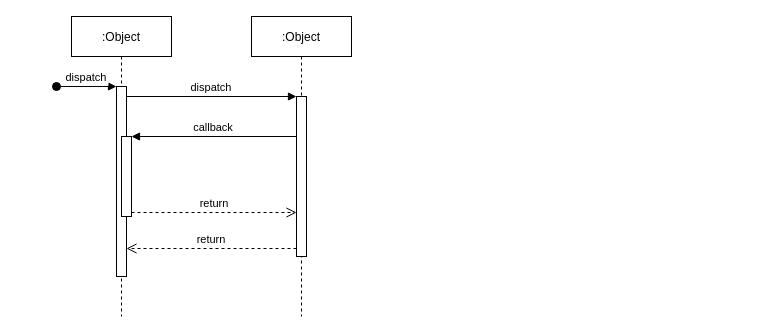
Above: diagrams/Untitled Diagram.drawio in silan-liu/drawio (draw.io), before the change. Source tidied: cells renumbered, new cells numbered last; positions are measured from the earlier drawing's top-left corner, leaving out a move shared by most shapes. Both pictures are drawn from the tidied source at 100%, with x=0, y=0 at pixel (56, 16).
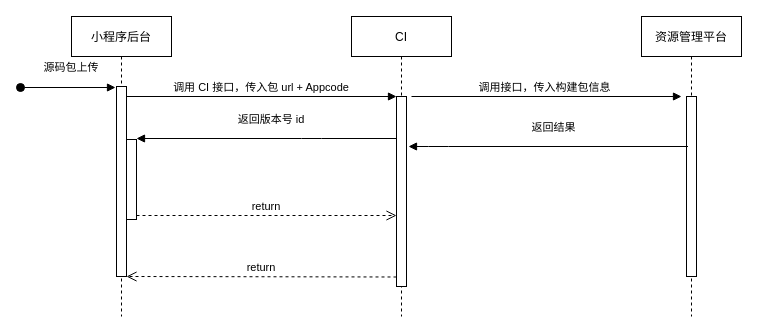
The same diagram, later.

The change refers to these unchanged cells:
```xml
<mxCell id="3" style="points=[];perimeter=orthogonalPerimeter;rounded=0;shadow=0;strokeWidth=1;" parent="2" vertex="1">
  <mxGeometry x="45" y="70" width="10" height="190" as="geometry" />
</mxCell>
```

Change to the diagram source:
```diff
@@
-    <mxCell id="2" value=":Object" style="shape=umlLifeline;perimeter=lifelinePerimeter;rounded=0;shadow=0;strokeWidth=1;" parent="1" vertex="1">
+    <mxCell id="2" value="小程序后台" style="shape=umlLifeline;perimeter=lifelinePerimeter;rounded=0;shadow=0;strokeWidth=1;" parent="1" vertex="1">
       <mxGeometry x="15" width="100" height="300" as="geometry" />
     </mxCell>
@@
-    <mxCell id="4" value="dispatch" style="verticalAlign=bottom;startArrow=oval;endArrow=block;startSize=8;shadow=0;strokeWidth=1;" parent="2" edge="1" target="3">
-      <mxGeometry relative="1" as="geometry">
-        <mxPoint x="-15" y="70" as="sourcePoint" />
+    <mxCell id="4" value="源码包上传" style="verticalAlign=bottom;startArrow=oval;endArrow=block;startSize=8;shadow=0;strokeWidth=1;" parent="2" edge="1">
+      <mxGeometry x="0.07" y="11" relative="1" as="geometry">
+        <mxPoint x="-51" y="71" as="sourcePoint" />
+        <mxPoint x="44" y="71" as="targetPoint" />
       </mxGeometry>
     </mxCell>
     <mxCell id="5" style="points=[];perimeter=orthogonalPerimeter;rounded=0;shadow=0;strokeWidth=1;" parent="2" vertex="1">
-      <mxGeometry x="50" y="120" width="10" height="80" as="geometry" />
+      <mxGeometry x="55" y="123" width="10" height="80" as="geometry" />
     </mxCell>
-    <mxCell id="6" value=":Object" style="shape=umlLifeline;perimeter=lifelinePerimeter;rounded=0;shadow=0;strokeWidth=1;" parent="1" vertex="1">
-      <mxGeometry x="195" width="100" height="300" as="geometry" />
+    <mxCell id="6" value="CI" style="shape=umlLifeline;perimeter=lifelinePerimeter;rounded=0;shadow=0;strokeWidth=1;" parent="1" vertex="1">
+      <mxGeometry x="295" width="100" height="300" as="geometry" />
     </mxCell>
     <mxCell id="7" style="points=[];perimeter=orthogonalPerimeter;rounded=0;shadow=0;strokeWidth=1;" parent="6" vertex="1">
-      <mxGeometry x="45" y="80" width="10" height="160" as="geometry" />
+      <mxGeometry x="45" y="80" width="10" height="190" as="geometry" />
     </mxCell>
@@
-    <mxCell id="9" value="dispatch" style="verticalAlign=bottom;endArrow=block;entryX=0;entryY=0;shadow=0;strokeWidth=1;" parent="1" edge="1" source="3" target="7">
+    <mxCell id="9" value="调用 CI 接口，传入包 url + Appcode" style="verticalAlign=bottom;endArrow=block;entryX=0;entryY=0;shadow=0;strokeWidth=1;" parent="1" edge="1" source="3" target="7">
       <mxGeometry relative="1" as="geometry" />
     </mxCell>
-    <mxCell id="10" value="callback" style="verticalAlign=bottom;endArrow=block;entryX=1;entryY=0;shadow=0;strokeWidth=1;" parent="1" edge="1" source="7" target="5">
-      <mxGeometry relative="1" as="geometry" />
+    <mxCell id="10" value="返回版本号 id" style="verticalAlign=bottom;endArrow=block;entryX=1;entryY=0;shadow=0;strokeWidth=1;" parent="1" edge="1">
+      <mxGeometry x="-0.04" y="-10" relative="1" as="geometry">
+        <mxPoint x="340" y="122" as="sourcePoint" />
+        <mxPoint x="80" y="122" as="targetPoint" />
+        <Array as="points">
+          <mxPoint x="255" y="122" />
+        </Array>
+      </mxGeometry>
     </mxCell>
@@
+    <mxCell id="12" value="资源管理平台" style="shape=umlLifeline;perimeter=lifelinePerimeter;rounded=0;shadow=0;strokeWidth=1;" parent="1" vertex="1">
+      <mxGeometry x="585" width="100" height="300" as="geometry" />
+    </mxCell>
+    <mxCell id="13" style="perimeter=orthogonalPerimeter;rounded=0;shadow=0;strokeWidth=1;" parent="12" vertex="1">
+      <mxGeometry x="45" y="80" width="10" height="180" as="geometry" />
+    </mxCell>
+    <mxCell id="14" value="调用接口，传入构建包信息 " style="verticalAlign=bottom;endArrow=block;entryX=0;entryY=0;shadow=0;strokeWidth=1;" parent="1" edge="1">
+      <mxGeometry relative="1" as="geometry">
+        <mxPoint x="355" y="80" as="sourcePoint" />
+        <mxPoint x="625" y="80" as="targetPoint" />
+      </mxGeometry>
+    </mxCell>
+    <mxCell id="15" value="返回结果" style="verticalAlign=bottom;endArrow=block;shadow=0;strokeWidth=1;" parent="1" edge="1">
+      <mxGeometry x="-0.04" y="-10" relative="1" as="geometry">
+        <mxPoint x="631.5" y="130" as="sourcePoint" />
+        <mxPoint x="352" y="130" as="targetPoint" />
+        <Array as="points">
+          <mxPoint x="382" y="130" />
+        </Array>
+      </mxGeometry>
+    </mxCell>
```
